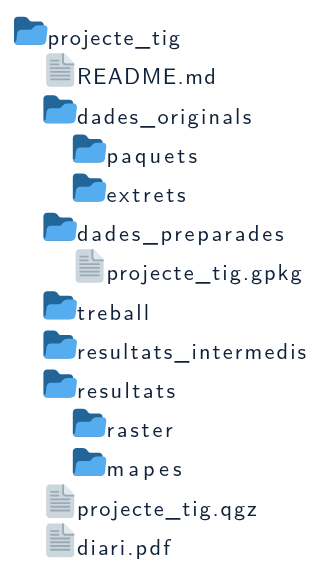
Above: assets/diagrams/ca/02-sintesi-documentacio/project-folder-tree.puml.svg in geourv/tig (PlantUML), before the change.
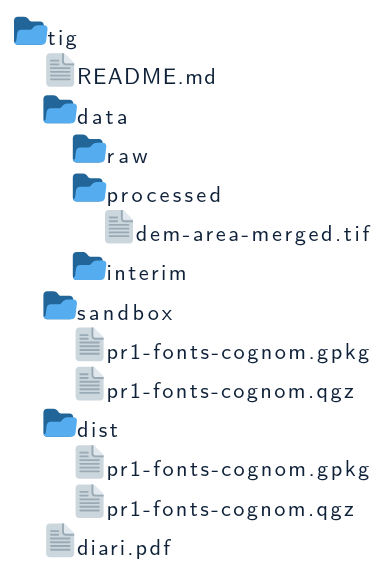
The same diagram one commit later.

Diff of the diagram source:
```diff
@@ -165,18 +165,18 @@
 
 skinparam FolderBackgroundColor #EEF5FF
 skinparam FolderBorderColor #2A5DB0
-/projecte_tig/
-/projecte_tig/README.md
-/projecte_tig/dades_originals/
-/projecte_tig/dades_originals/paquets/
-/projecte_tig/dades_originals/extrets/
-/projecte_tig/dades_preparades/
-/projecte_tig/dades_preparades/projecte_tig.gpkg
-/projecte_tig/treball/
-/projecte_tig/resultats_intermedis/
-/projecte_tig/resultats/
-/projecte_tig/resultats/raster/
-/projecte_tig/resultats/mapes/
-/projecte_tig/projecte_tig.qgz
-/projecte_tig/diari.pdf
+/tig/
+/tig/README.md
+/tig/data/
+/tig/data/raw/
+/tig/data/processed/
+/tig/data/processed/dem-area-merged.tif
+/tig/data/interim/
+/tig/sandbox/
+/tig/sandbox/pr1-fonts-cognom.gpkg
+/tig/sandbox/pr1-fonts-cognom.qgz
+/tig/dist/
+/tig/dist/pr1-fonts-cognom.gpkg
+/tig/dist/pr1-fonts-cognom.qgz
+/tig/diari.pdf
 @endfiles
```
